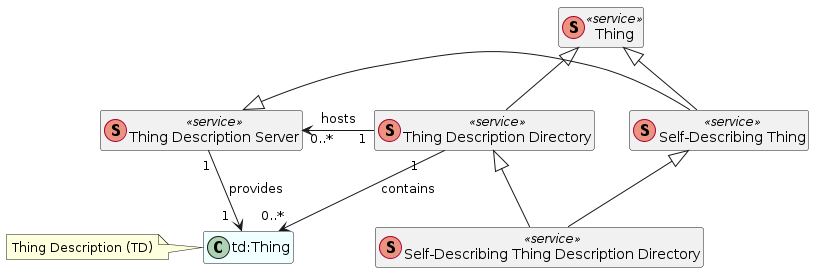
Earlier version of the PlantUML export images/exploration-class-diagram.png (w3c/wot-discovery).
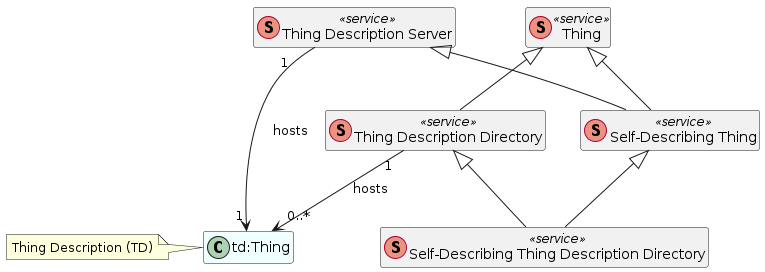
The same diagram one commit later.

Commit message:
Update Exploration Class Diagram (#332)

Diff of the diagram source:
```diff
@@ -19,9 +19,7 @@
 Thing <|-- Directory
 Directory <|-- SelfDirectory
 SelfDesc <|-- SelfDirectory
-Server "1" --> "1  " TD: provides
-Directory "1   " --> "   0..*" TD: contains
-Directory "   1" --> "0..*   " Server: hosts
-
+Directory "   1" --> "0..*   " TD: hosts
+Server "1   " --> "   1" TD: hosts
 
 @enduml
```
